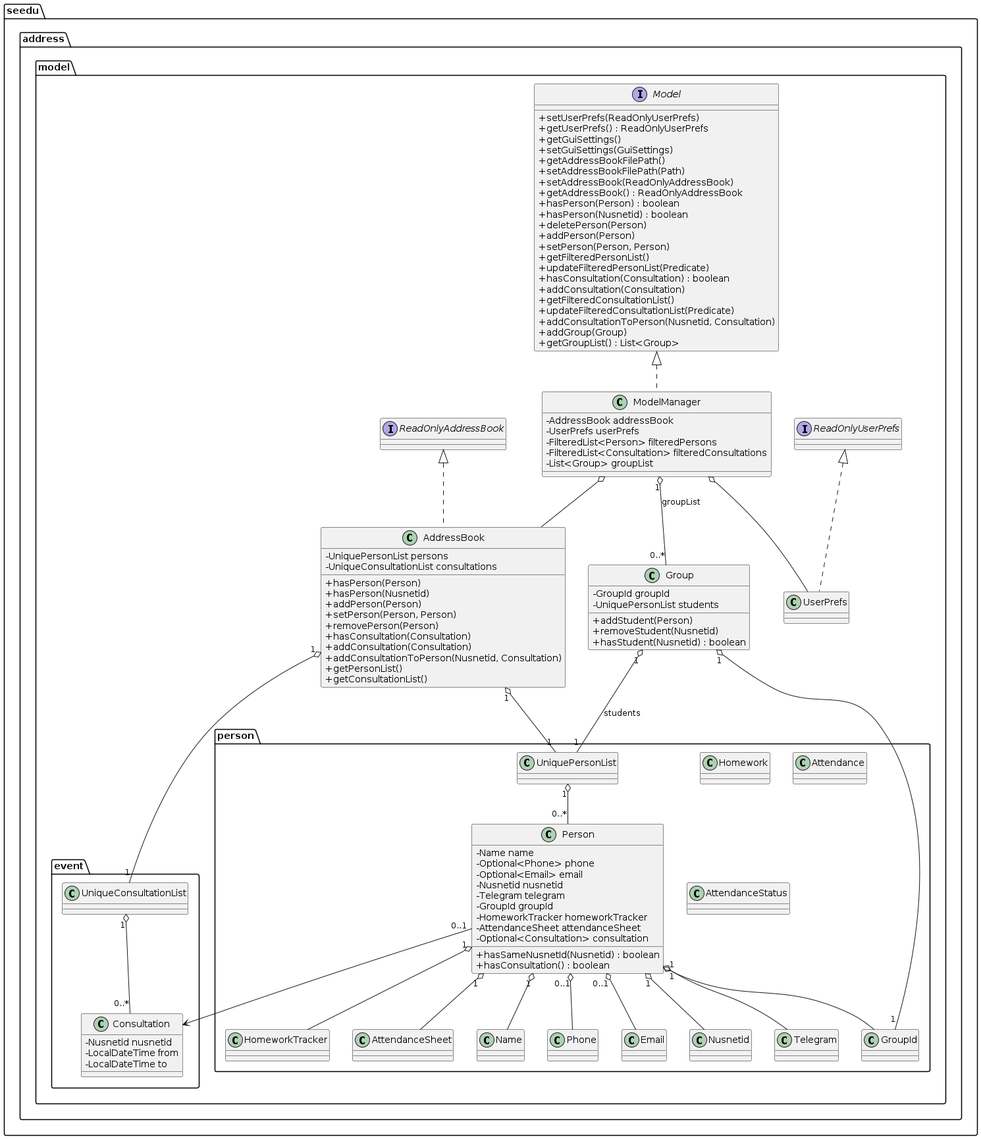
Earlier version of the PlantUML export diagrams/BetterModelClassDiagram.png (AY2526S1-CS2103T-W11-1/tp). Its source is kept beside it as diagrams/BetterModelClassDiagram.puml.
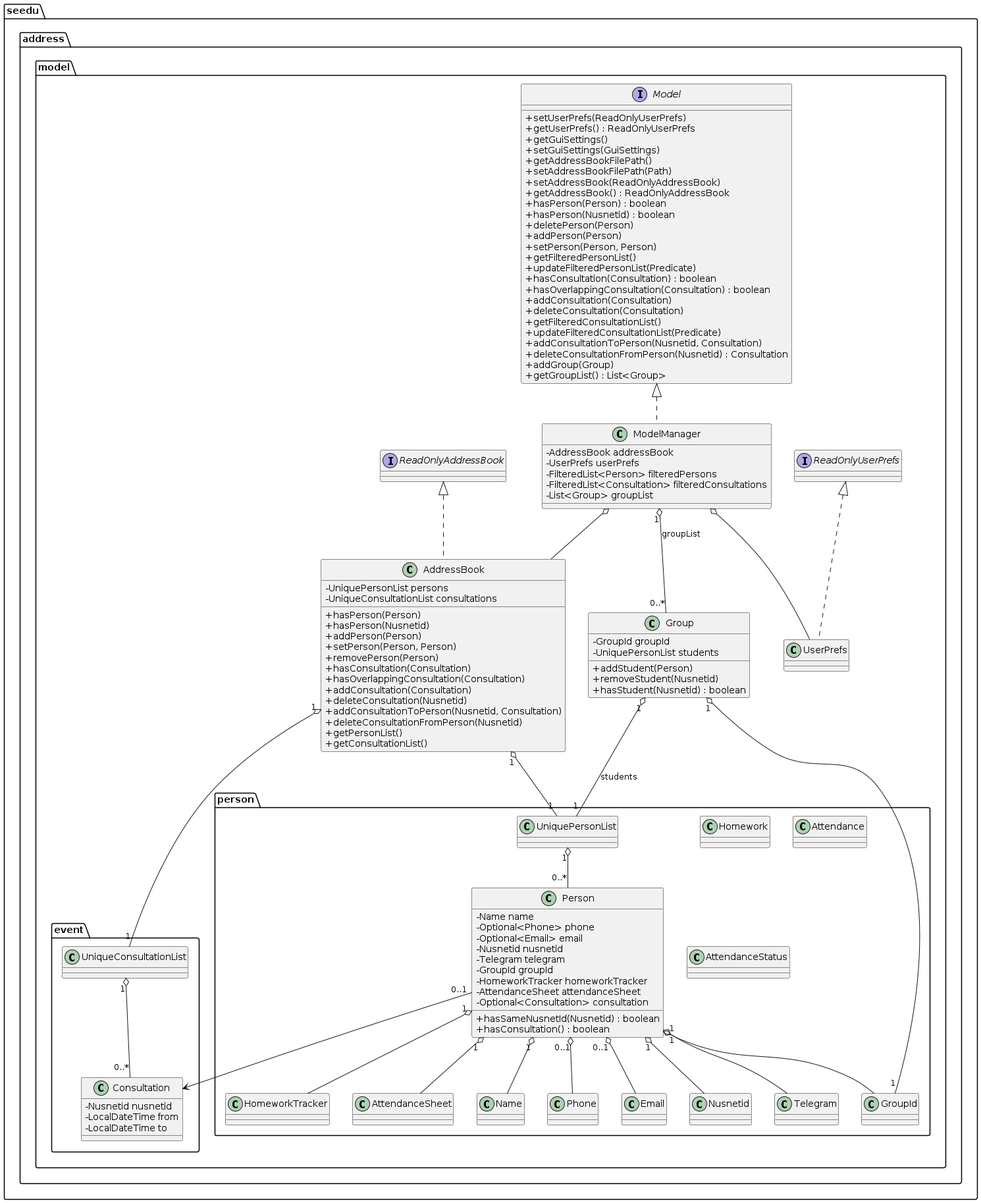
Later version of the same file.

The edit, as a diff of the source:
```diff
@@ -14,8 +14,11 @@
     + setPerson(Person, Person)
     + removePerson(Person)
     + hasConsultation(Consultation)
+    + hasOverlappingConsultation(Consultation)
     + addConsultation(Consultation)
+    + deleteConsultation(Nusnetid)
     + addConsultationToPerson(Nusnetid, Consultation)
+    + deleteConsultationFromPerson(Nusnetid)
     + getPersonList()
     + getConsultationList()
   }
@@ -37,10 +40,13 @@
     + getFilteredPersonList()
     + updateFilteredPersonList(Predicate)
     + hasConsultation(Consultation) : boolean
+    + hasOverlappingConsultation(Consultation) : boolean
     + addConsultation(Consultation)
+    + deleteConsultation(Consultation)
     + getFilteredConsultationList()
     + updateFilteredConsultationList(Predicate)
     + addConsultationToPerson(Nusnetid, Consultation)
+    + deleteConsultationFromPerson(Nusnetid) : Consultation
     + addGroup(Group)
     + getGroupList() : List<Group>
   }
```
